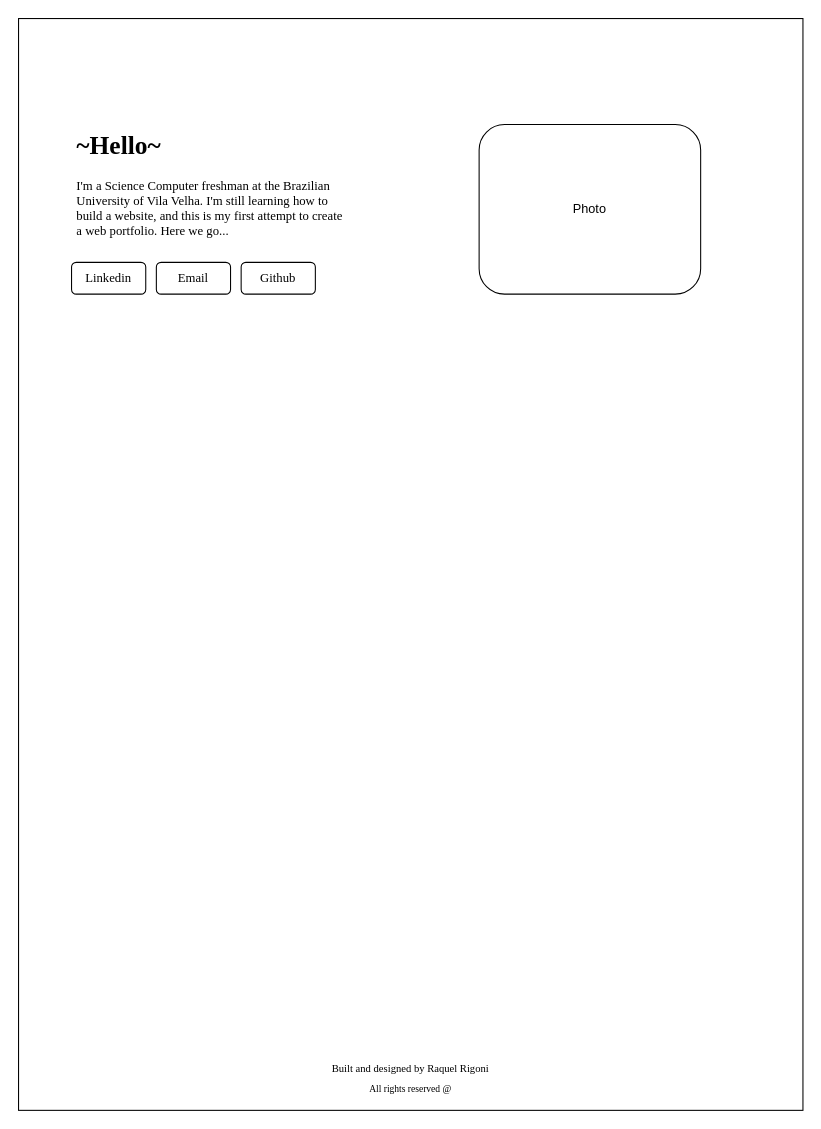
The draw.io diagram Portfolio Layout Web.drawio in raqlr/WebCC1M, before the edit. Source tidied: cells renumbered, new cells numbered last; positions are measured from the earlier drawing's top-left corner, leaving out a move shared by most shapes. Both pictures are drawn from the tidied source at 106%, with x=0, y=0 at pixel (18, 18).
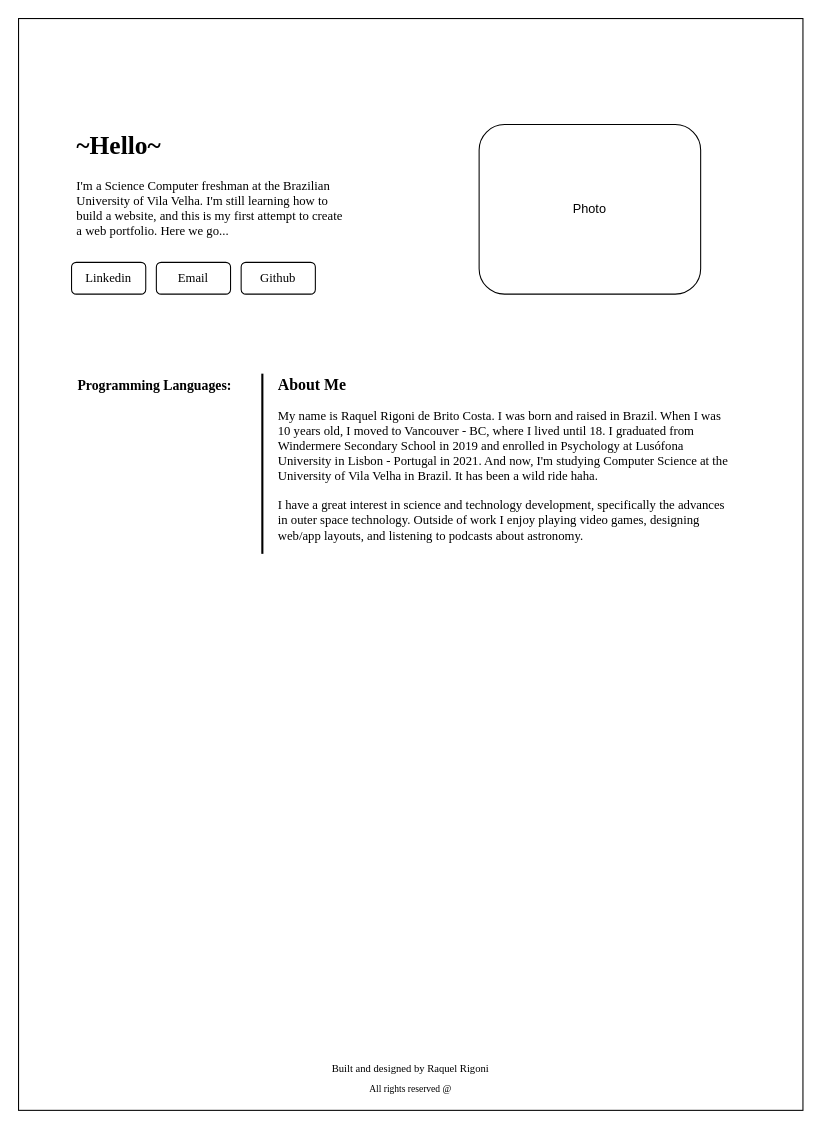
Above is the later version.

Commit message:
Update Portfolio Layout (Web).drawio

What changed in the source:
```diff
@@
 <mxGraphModel>
   <root>
     <mxCell id="0" />
     <mxCell id="1" parent="0" />
     <mxCell id="2" style="rounded=0;whiteSpace=wrap;html=1;labelBorderColor=none;fontColor=none;noLabel=1;" parent="1" vertex="1">
       <mxGeometry width="740" height="1030" as="geometry" />
     </mxCell>
     <mxCell id="3" value="&lt;h1&gt;~Hello~&lt;/h1&gt;&lt;p&gt;&lt;span style=&quot;text-align: center;&quot;&gt;I'm a Science Computer freshman at the Brazilian University of Vila Velha. I'm still learning how to build a website, and this is my first attempt to create a web portfolio. Here we go...&lt;/span&gt;&lt;br&gt;&lt;/p&gt;" style="text;html=1;strokeColor=none;fillColor=none;spacing=5;spacingTop=-20;whiteSpace=wrap;overflow=hidden;rounded=0;fontFamily=Times New Roman;" parent="1" vertex="1">
       <mxGeometry x="50" y="100" width="260" height="140" as="geometry" />
     </mxCell>
     <mxCell id="4" style="rounded=1;whiteSpace=wrap;html=1;fontFamily=Times New Roman;" parent="1" vertex="1">
       <mxGeometry x="50" y="230" width="70" height="30" as="geometry" />
     </mxCell>
     <mxCell id="5" style="rounded=1;whiteSpace=wrap;html=1;fontFamily=Times New Roman;" parent="1" vertex="1">
       <mxGeometry x="130" y="230" width="70" height="30" as="geometry" />
     </mxCell>
     <mxCell id="6" style="rounded=1;whiteSpace=wrap;html=1;fontFamily=Times New Roman;" parent="1" vertex="1">
       <mxGeometry x="210" y="230" width="70" height="30" as="geometry" />
     </mxCell>
     <mxCell id="7" value="Linkedin" style="text;html=1;strokeColor=none;fillColor=none;align=center;verticalAlign=middle;whiteSpace=wrap;rounded=0;fontFamily=Times New Roman;" parent="1" vertex="1">
       <mxGeometry x="55" y="230" width="60" height="30" as="geometry" />
     </mxCell>
     <mxCell id="8" value="Email" style="text;html=1;strokeColor=none;fillColor=none;align=center;verticalAlign=middle;whiteSpace=wrap;rounded=0;fontFamily=Times New Roman;" parent="1" vertex="1">
       <mxGeometry x="135" y="230" width="60" height="30" as="geometry" />
     </mxCell>
     <mxCell id="9" value="Github" style="text;html=1;strokeColor=none;fillColor=none;align=center;verticalAlign=middle;whiteSpace=wrap;rounded=0;fontFamily=Times New Roman;" parent="1" vertex="1">
       <mxGeometry x="215" y="230" width="60" height="30" as="geometry" />
     </mxCell>
     <mxCell id="10" style="rounded=1;whiteSpace=wrap;html=1;fontFamily=Times New Roman;strokeColor=default;" parent="1" vertex="1">
       <mxGeometry x="434.5" y="100" width="209" height="160" as="geometry" />
     </mxCell>
     <mxCell id="11" value="Photo" style="text;html=1;strokeColor=none;fillColor=none;align=center;verticalAlign=middle;whiteSpace=wrap;rounded=0;" parent="1" vertex="1">
       <mxGeometry x="509" y="165" width="60" height="30" as="geometry" />
     </mxCell>
     <mxCell id="12" value="Built and designed by Raquel Rigoni" style="text;html=1;strokeColor=none;fillColor=none;align=center;verticalAlign=middle;whiteSpace=wrap;rounded=0;fontFamily=Times New Roman;fontSize=10;" parent="1" vertex="1">
       <mxGeometry x="280" y="980" width="180" height="20" as="geometry" />
     </mxCell>
     <mxCell id="13" value="All rights reserved @" style="text;html=1;strokeColor=none;fillColor=none;align=center;verticalAlign=middle;whiteSpace=wrap;rounded=0;fontFamily=Times New Roman;fontSize=9;" parent="1" vertex="1">
       <mxGeometry x="315" y="1000" width="110" height="20" as="geometry" />
     </mxCell>
+    <mxCell id="14" value="&lt;h2&gt;About Me&lt;/h2&gt;&lt;p style=&quot;font-size: 12px;&quot;&gt;&lt;font style=&quot;font-size: 12px;&quot;&gt;My name is Raquel Rigoni de Brito Costa. I was born and raised in Brazil. When I was 10 years old, I moved to Vancouver - BC, where I lived until 18. I graduated from Windermere Secondary School in 2019 and enrolled in Psychology at Lusófona University in Lisbon - Portugal in 2021. And now, I'm studying Computer Science at the University of Vila Velha in Brazil. It has been a wild ride haha.&amp;nbsp;&lt;br&gt;&lt;/font&gt;&lt;/p&gt;&lt;p style=&quot;font-size: 12px;&quot;&gt;&lt;font style=&quot;font-size: 12px;&quot;&gt;I have a great interest in science and technology development, specifically the advances in outer space technology.&lt;/font&gt;&lt;span style=&quot;font-size: 12px;&quot;&gt;&amp;nbsp;Outside of work I enjoy playing video games, designing web/app layouts, and listening to podcasts about astronomy.&lt;/span&gt;&lt;br&gt;&lt;/p&gt;&lt;p&gt;&lt;span style=&quot;font-size: 12px;&quot;&gt;&lt;br&gt;&lt;/span&gt;&lt;/p&gt;" style="text;html=1;strokeColor=none;fillColor=none;spacing=5;spacingTop=-20;whiteSpace=wrap;overflow=hidden;rounded=0;labelBorderColor=none;fontFamily=Times New Roman;fontSize=10;fontColor=none;" parent="1" vertex="1">
+      <mxGeometry x="240" y="335" width="440" height="170" as="geometry" />
+    </mxCell>
+    <mxCell id="15" value="Programming Languages:" style="text;strokeColor=none;fillColor=none;align=left;verticalAlign=middle;spacingLeft=4;spacingRight=4;overflow=hidden;labelBorderColor=none;fontFamily=Times New Roman;fontSize=13;fontColor=#000000;fontStyle=1;" parent="1" vertex="1">
+      <mxGeometry x="50" y="335" width="160" height="20" as="geometry" />
+    </mxCell>
+    <mxCell id="16" style="line;strokeWidth=2;html=1;labelBorderColor=none;fontFamily=Times New Roman;fontSize=12;fontColor=#000000;rotation=90;" parent="1" vertex="1">
+      <mxGeometry x="145" y="415" width="170" height="10" as="geometry" />
+    </mxCell>
   </root>
 </mxGraphModel>
```
